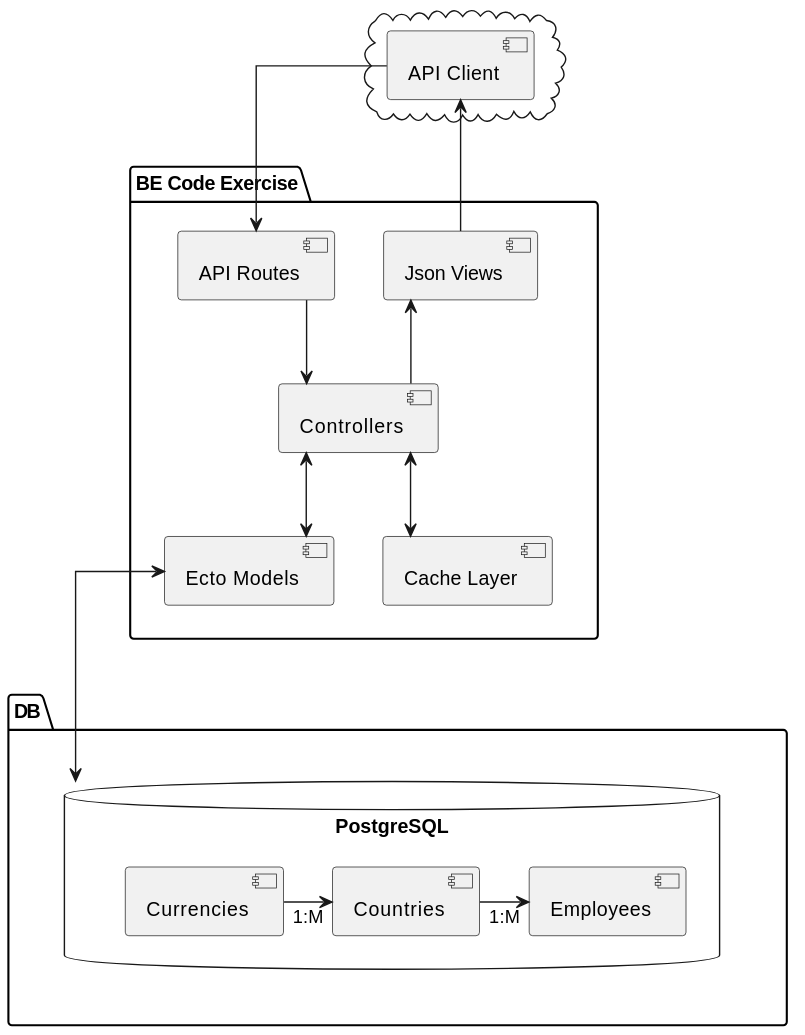
The PlantUML diagram docs/diagrams/svg/be-code-exercise-final.svg in benkalmus/elixir-rest-api-example, before a commit.
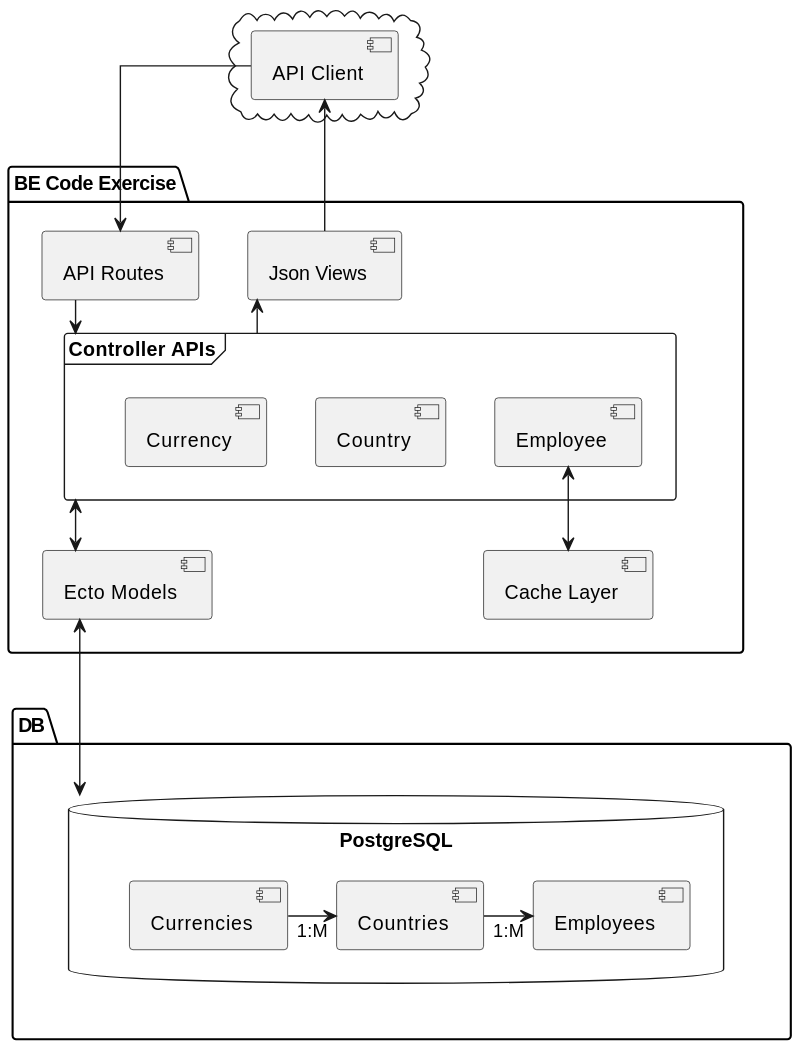
After the commit.

Commit message:
Add docs, diagrams, todos, employees cache wrapper  around metrics

The edit, as a diff of the source:
```diff
@@ -12,10 +12,17 @@
 
 package "BE Code Exercise" as [App] {
     component "API Routes" as [API]
-    component "Controllers" as [Contr]
     component "Json Views" as [View]
     component "Ecto Models" as [Model]
     component "Cache Layer" as [Cache]
+
+
+
+    frame "Controller APIs" as [Contr] {
+        component [Employee]
+        component [Country]
+        component [Currency]
+    }
 }
 
 package "DB" {
@@ -29,7 +36,7 @@
 [View] --> [Client]
 
 [API] --> [Contr]
-[Contr] <--> [Cache]
+[Employee] <--> [Cache]
 
 [Contr] <--> [Model]
 [Contr] -u-> [View]
```
